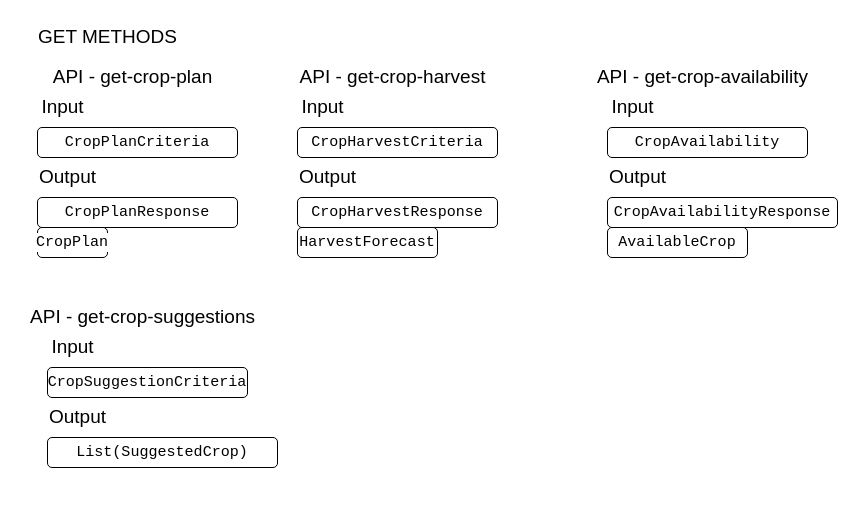
Before: page "FMS-API" (3 of 8) of Agroconnect.drawio in ramprasad2018/agconnect, a draw.io diagram. Source tidied: cells renumbered, new cells numbered last; positions are measured from the earlier drawing's top-left corner, leaving out a move shared by most shapes. Both pictures are drawn from the tidied source at 100%, with x=0, y=0 at pixel (17, 17).
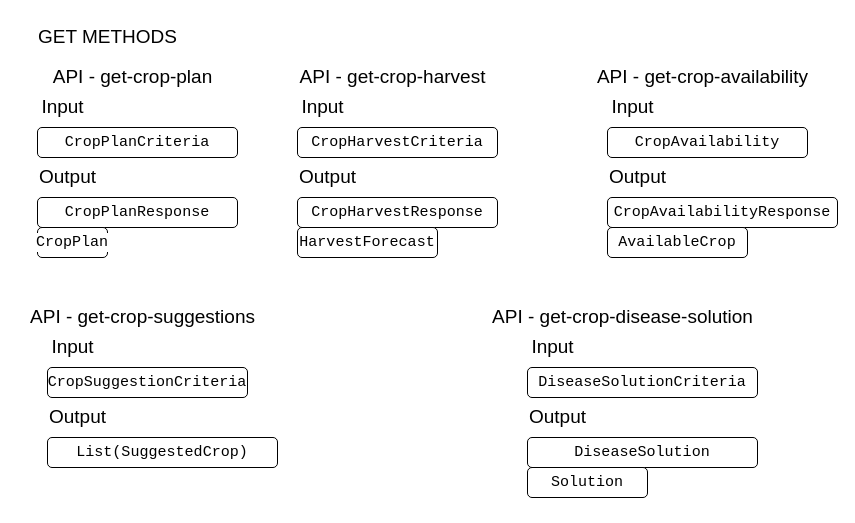
The same page after the edit.

Diff of the diagram source:
```diff
@@
+    <mxCell id="26" value="&lt;pre style=&quot;background-color: rgb(255, 255, 255); font-family: &amp;quot;JetBrains Mono&amp;quot;, monospace; font-size: 11.3pt;&quot;&gt;&lt;pre style=&quot;font-family: &amp;quot;JetBrains Mono&amp;quot;, monospace; font-size: 11.3pt;&quot;&gt;DiseaseSolution&lt;/pre&gt;&lt;/pre&gt;" style="rounded=1;whiteSpace=wrap;html=1;fontSize=17;" parent="1" vertex="1">
+      <mxGeometry x="510" y="420" width="230" height="30" as="geometry" />
+    </mxCell>
+    <mxCell id="27" value="&lt;pre style=&quot;background-color: rgb(255, 255, 255); font-family: &amp;quot;JetBrains Mono&amp;quot;, monospace; font-size: 11.3pt;&quot;&gt;&lt;pre style=&quot;font-family: &amp;quot;JetBrains Mono&amp;quot;, monospace; font-size: 11.3pt;&quot;&gt;DiseaseSolutionCriteria&lt;/pre&gt;&lt;/pre&gt;" style="rounded=1;whiteSpace=wrap;html=1;fontSize=17;" parent="1" vertex="1">
+      <mxGeometry x="510" y="350" width="230" height="30" as="geometry" />
+    </mxCell>
+    <mxCell id="28" value="&lt;font style=&quot;font-size: 19px;&quot;&gt;Input&lt;/font&gt;" style="text;html=1;align=center;verticalAlign=middle;fillColor=none;strokeColor=none;rounded=0;fontSize=17;" parent="1" vertex="1">
+      <mxGeometry x="500" y="310" width="70" height="40" as="geometry" />
+    </mxCell>
+    <mxCell id="29" value="&lt;font style=&quot;font-size: 19px;&quot;&gt;Output&lt;/font&gt;" style="text;html=1;align=center;verticalAlign=middle;fillColor=none;strokeColor=none;rounded=0;fontSize=17;" parent="1" vertex="1">
+      <mxGeometry x="500" y="380" width="80" height="40" as="geometry" />
+    </mxCell>
+    <mxCell id="30" value="&lt;font style=&quot;font-size: 19px;&quot;&gt;API - get-crop-disease-solution&lt;/font&gt;" style="text;html=1;align=center;verticalAlign=middle;fillColor=none;strokeColor=none;rounded=0;fontSize=17;" parent="1" vertex="1">
+      <mxGeometry x="465" y="280" width="280" height="40" as="geometry" />
+    </mxCell>
+    <mxCell id="31" value="&lt;pre style=&quot;background-color: rgb(255, 255, 255); font-family: &amp;quot;JetBrains Mono&amp;quot;, monospace; font-size: 11.3pt;&quot;&gt;&lt;pre style=&quot;font-family: &amp;quot;JetBrains Mono&amp;quot;, monospace; font-size: 11.3pt;&quot;&gt;Solution&lt;/pre&gt;&lt;/pre&gt;" style="rounded=1;whiteSpace=wrap;html=1;fontSize=17;" parent="1" vertex="1">
+      <mxGeometry x="510" y="450" width="120" height="30" as="geometry" />
+    </mxCell>
```
